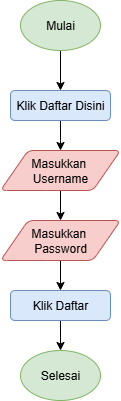
Above: image/register.drawio.png in inraw/InventoriToko-Kotlin-UMB (draw.io), before the change. Source tidied: cells renumbered, new cells last; positions are measured from the earlier drawing's top-left corner, leaving out a move shared by most shapes. The source it was exported from:
```xml
<mxGraphModel>
  <root>
    <mxCell id="0" />
    <mxCell id="1" parent="0" />
    <mxCell id="2" style="edgeStyle=orthogonalEdgeStyle;rounded=0;jettySize=auto;html=1;" parent="1" edge="1" source="3" target="5">
      <mxGeometry relative="1" as="geometry" />
    </mxCell>
    <mxCell id="3" value="Mulai" style="ellipse;whiteSpace=wrap;html=1;fillColor=#d5e8d4;strokeColor=#82b366;" parent="1" vertex="1">
      <mxGeometry x="20" width="80" height="50" as="geometry" />
    </mxCell>
    <mxCell id="4" style="edgeStyle=orthogonalEdgeStyle;rounded=0;jettySize=auto;html=1;" parent="1" edge="1" source="5">
      <mxGeometry relative="1" as="geometry">
        <mxPoint x="60" y="150" as="targetPoint" />
      </mxGeometry>
    </mxCell>
    <mxCell id="5" value="Klik Daftar Disini" style="rounded=1;whiteSpace=wrap;html=1;fillColor=#dae8fc;strokeColor=#6c8ebf;" parent="1" vertex="1">
      <mxGeometry x="10" y="90" width="100" height="30" as="geometry" />
    </mxCell>
    <mxCell id="6" style="edgeStyle=orthogonalEdgeStyle;rounded=0;jettySize=auto;html=1;" parent="1" edge="1" source="7" target="10">
      <mxGeometry relative="1" as="geometry" />
    </mxCell>
    <mxCell id="7" value="Masukkan&amp;nbsp;&lt;div&gt;Username&lt;/div&gt;" style="shape=parallelogram;html=1;strokeWidth=1;perimeter=parallelogramPerimeter;whiteSpace=wrap;rounded=1;arcSize=12;size=0.23;fillColor=#f8cecc;strokeColor=#b85450;" parent="1" vertex="1">
      <mxGeometry y="150" width="120" height="40" as="geometry" />
    </mxCell>
    <mxCell id="8" value="Selesai" style="ellipse;whiteSpace=wrap;html=1;fillColor=#d5e8d4;strokeColor=#82b366;" parent="1" vertex="1">
      <mxGeometry x="20" y="350" width="80" height="50" as="geometry" />
    </mxCell>
    <mxCell id="9" style="edgeStyle=orthogonalEdgeStyle;rounded=0;jettySize=auto;html=1;" parent="1" edge="1" source="10" target="12">
      <mxGeometry relative="1" as="geometry" />
    </mxCell>
    <mxCell id="10" value="Masukkan&amp;nbsp;&lt;div&gt;Password&lt;/div&gt;" style="shape=parallelogram;html=1;strokeWidth=1;perimeter=parallelogramPerimeter;whiteSpace=wrap;rounded=1;arcSize=12;size=0.23;fillColor=#f8cecc;strokeColor=#b85450;" parent="1" vertex="1">
      <mxGeometry y="220" width="120" height="40" as="geometry" />
    </mxCell>
    <mxCell id="11" style="edgeStyle=orthogonalEdgeStyle;rounded=0;jettySize=auto;html=1;" parent="1" edge="1" source="12" target="8">
      <mxGeometry relative="1" as="geometry" />
    </mxCell>
    <mxCell id="12" value="Klik Daftar" style="rounded=1;whiteSpace=wrap;html=1;fillColor=#dae8fc;strokeColor=#6c8ebf;" parent="1" vertex="1">
      <mxGeometry x="10" y="290" width="100" height="30" as="geometry" />
    </mxCell>
  </root>
</mxGraphModel>
```
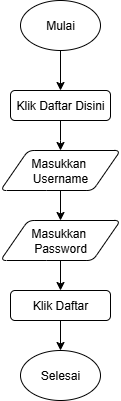
Above is the later version.

What changed in the source:
```diff
@@ -5,7 +5,7 @@
     <mxCell id="2" style="edgeStyle=orthogonalEdgeStyle;rounded=0;jettySize=auto;html=1;" parent="1" edge="1" source="3" target="5">
       <mxGeometry relative="1" as="geometry" />
     </mxCell>
-    <mxCell id="3" value="Mulai" style="ellipse;whiteSpace=wrap;html=1;fillColor=#d5e8d4;strokeColor=#82b366;" parent="1" vertex="1">
+    <mxCell id="3" value="Mulai" style="ellipse;whiteSpace=wrap;html=1;" parent="1" vertex="1">
       <mxGeometry x="20" width="80" height="50" as="geometry" />
     </mxCell>
     <mxCell id="4" style="edgeStyle=orthogonalEdgeStyle;rounded=0;jettySize=auto;html=1;" parent="1" edge="1" source="5">
@@ -13,28 +13,28 @@
         <mxPoint x="60" y="150" as="targetPoint" />
       </mxGeometry>
     </mxCell>
-    <mxCell id="5" value="Klik Daftar Disini" style="rounded=1;whiteSpace=wrap;html=1;fillColor=#dae8fc;strokeColor=#6c8ebf;" parent="1" vertex="1">
+    <mxCell id="5" value="Klik Daftar Disini" style="rounded=1;whiteSpace=wrap;html=1;" parent="1" vertex="1">
       <mxGeometry x="10" y="90" width="100" height="30" as="geometry" />
     </mxCell>
     <mxCell id="6" style="edgeStyle=orthogonalEdgeStyle;rounded=0;jettySize=auto;html=1;" parent="1" edge="1" source="7" target="10">
       <mxGeometry relative="1" as="geometry" />
     </mxCell>
-    <mxCell id="7" value="Masukkan&amp;nbsp;&lt;div&gt;Username&lt;/div&gt;" style="shape=parallelogram;html=1;strokeWidth=1;perimeter=parallelogramPerimeter;whiteSpace=wrap;rounded=1;arcSize=12;size=0.23;fillColor=#f8cecc;strokeColor=#b85450;" parent="1" vertex="1">
+    <mxCell id="7" value="Masukkan&amp;nbsp;&lt;div&gt;Username&lt;/div&gt;" style="shape=parallelogram;html=1;strokeWidth=1;perimeter=parallelogramPerimeter;whiteSpace=wrap;rounded=1;arcSize=12;size=0.23;" parent="1" vertex="1">
       <mxGeometry y="150" width="120" height="40" as="geometry" />
     </mxCell>
-    <mxCell id="8" value="Selesai" style="ellipse;whiteSpace=wrap;html=1;fillColor=#d5e8d4;strokeColor=#82b366;" parent="1" vertex="1">
+    <mxCell id="8" value="Selesai" style="ellipse;whiteSpace=wrap;html=1;" parent="1" vertex="1">
       <mxGeometry x="20" y="350" width="80" height="50" as="geometry" />
     </mxCell>
     <mxCell id="9" style="edgeStyle=orthogonalEdgeStyle;rounded=0;jettySize=auto;html=1;" parent="1" edge="1" source="10" target="12">
       <mxGeometry relative="1" as="geometry" />
     </mxCell>
-    <mxCell id="10" value="Masukkan&amp;nbsp;&lt;div&gt;Password&lt;/div&gt;" style="shape=parallelogram;html=1;strokeWidth=1;perimeter=parallelogramPerimeter;whiteSpace=wrap;rounded=1;arcSize=12;size=0.23;fillColor=#f8cecc;strokeColor=#b85450;" parent="1" vertex="1">
+    <mxCell id="10" value="Masukkan&amp;nbsp;&lt;div&gt;Password&lt;/div&gt;" style="shape=parallelogram;html=1;strokeWidth=1;perimeter=parallelogramPerimeter;whiteSpace=wrap;rounded=1;arcSize=12;size=0.23;" parent="1" vertex="1">
       <mxGeometry y="220" width="120" height="40" as="geometry" />
     </mxCell>
     <mxCell id="11" style="edgeStyle=orthogonalEdgeStyle;rounded=0;jettySize=auto;html=1;" parent="1" edge="1" source="12" target="8">
       <mxGeometry relative="1" as="geometry" />
     </mxCell>
-    <mxCell id="12" value="Klik Daftar" style="rounded=1;whiteSpace=wrap;html=1;fillColor=#dae8fc;strokeColor=#6c8ebf;" parent="1" vertex="1">
+    <mxCell id="12" value="Klik Daftar" style="rounded=1;whiteSpace=wrap;html=1;" parent="1" vertex="1">
       <mxGeometry x="10" y="290" width="100" height="30" as="geometry" />
     </mxCell>
   </root>
```
